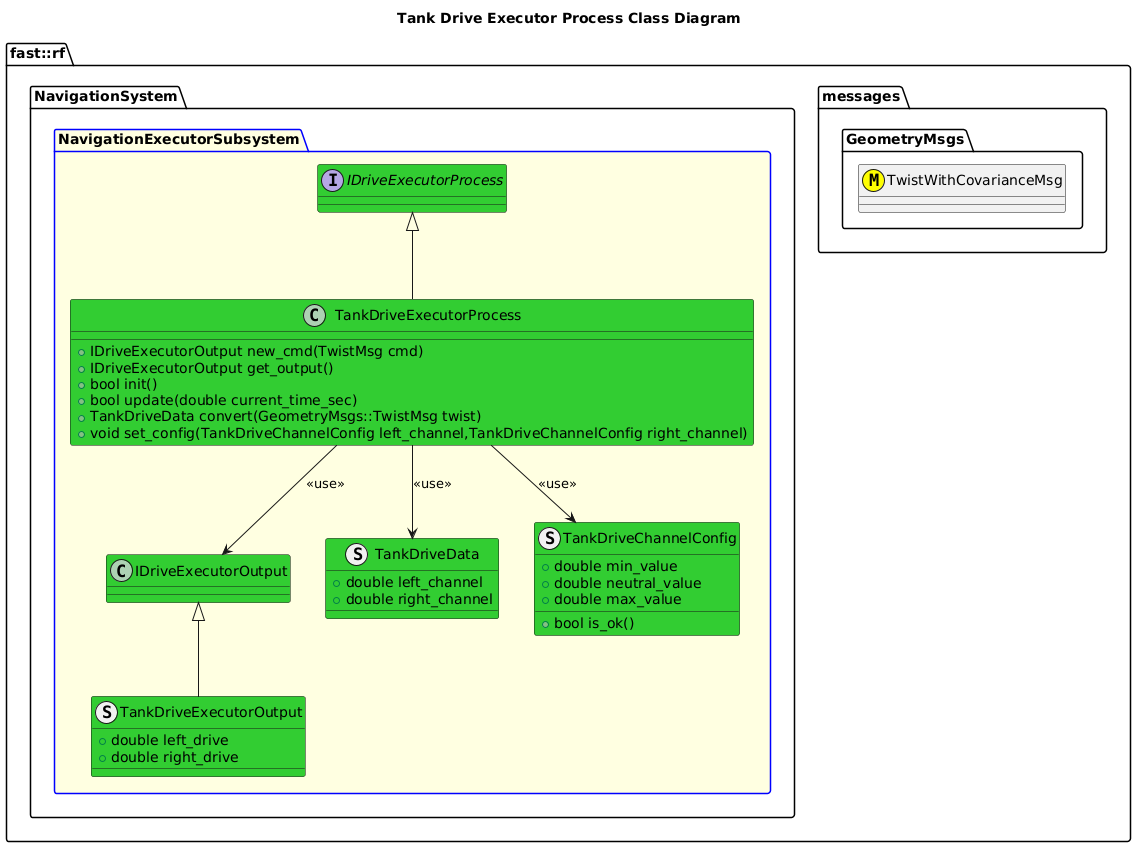
Earlier version of the PlantUML export Systems/Navigation/Subsystems/NavigationExecutor/Processes/DriveExecutor/doc/ProcessImplementations/puml/TankDriveExecutorClassDiagram.png (fastrobotics/robot_framework).
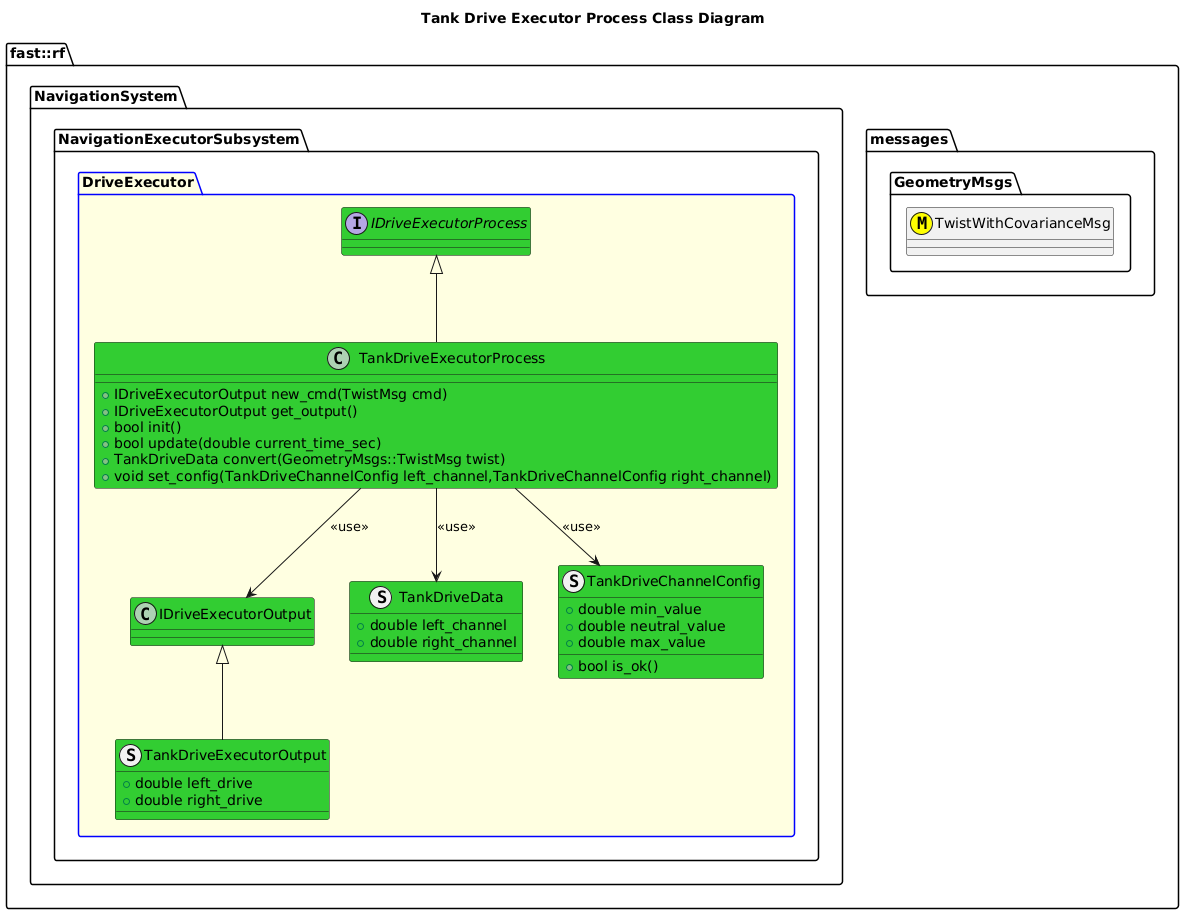
After the commit.

Change to the diagram source:
```diff
@@ -8,37 +8,38 @@
     }
   }
   namespace NavigationSystem {
-    package NavigationExecutorSubsystem #LightYellow;line:blue {
-      interface IDriveExecutorProcess #LimeGreen
-      class IDriveExecutorOutput #LimeGreen
-      struct TankDriveData #LimeGreen {
-          +double left_channel
-          +double right_channel
+    namespace NavigationExecutorSubsystem {
+      package DriveExecutor #LightYellow;line:blue {
+        interface IDriveExecutorProcess #LimeGreen
+        class IDriveExecutorOutput #LimeGreen
+        struct TankDriveData #LimeGreen {
+            +double left_channel
+            +double right_channel
+        }
+        struct TankDriveChannelConfig #LimeGreen {
+            +double min_value
+            +double neutral_value
+            +double max_value
+            +bool is_ok()
+        }
+        struct TankDriveExecutorOutput #LimeGreen {
+            +double left_drive
+            +double right_drive
+        }
+        TankDriveExecutorOutput -up-|> IDriveExecutorOutput
+        class TankDriveExecutorProcess #LimeGreen {
+            +IDriveExecutorOutput new_cmd(TwistMsg cmd)
+            +IDriveExecutorOutput get_output()
+            +bool init()
+            +bool update(double current_time_sec)
+            +TankDriveData convert(GeometryMsgs::TwistMsg twist)
+            +void set_config(TankDriveChannelConfig left_channel,TankDriveChannelConfig right_channel)
+        }
+        TankDriveExecutorProcess -up-|> IDriveExecutorProcess
+        TankDriveExecutorProcess --> IDriveExecutorOutput: <<use>>
+        TankDriveExecutorProcess --> TankDriveData: <<use>>
+        TankDriveExecutorProcess --> TankDriveChannelConfig: <<use>>
       }
-      struct TankDriveChannelConfig #LimeGreen {
-          +double min_value
-          +double neutral_value
-          +double max_value
-          +bool is_ok()
-      }
-      struct TankDriveExecutorOutput #LimeGreen {
-          +double left_drive
-          +double right_drive
-      }
-      TankDriveExecutorOutput -up-|> IDriveExecutorOutput
-      class TankDriveExecutorProcess #LimeGreen {
-          +IDriveExecutorOutput new_cmd(TwistMsg cmd)
-          +IDriveExecutorOutput get_output()
-          +bool init()
-          +bool update(double current_time_sec)
-          +TankDriveData convert(GeometryMsgs::TwistMsg twist)
-          +void set_config(TankDriveChannelConfig left_channel,TankDriveChannelConfig right_channel)
-      }
-      TankDriveExecutorProcess -up-|> IDriveExecutorProcess
-      TankDriveExecutorProcess --> IDriveExecutorOutput: <<use>>
-      TankDriveExecutorProcess --> TankDriveData: <<use>>
-      TankDriveExecutorProcess --> TankDriveChannelConfig: <<use>>
-
 
     }
   }
```
